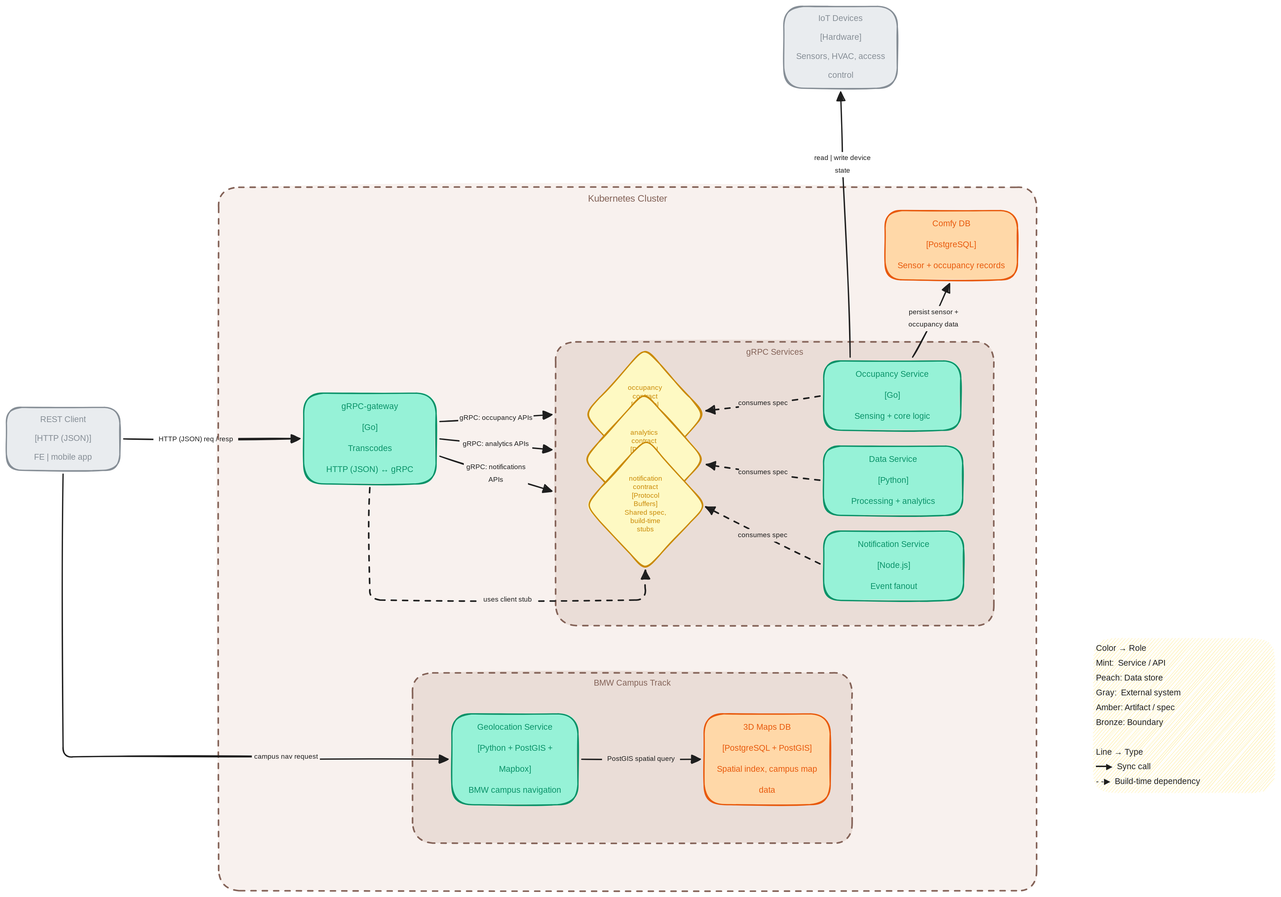
Before: public/diagrams/comfy-grpc.svg, a diagram exported from Excalidraw (cmin764/portfolio). Source tidied: one line per element, renumbered; positions are measured from the earlier drawing's top-left corner, leaving out a move shared by most shapes.
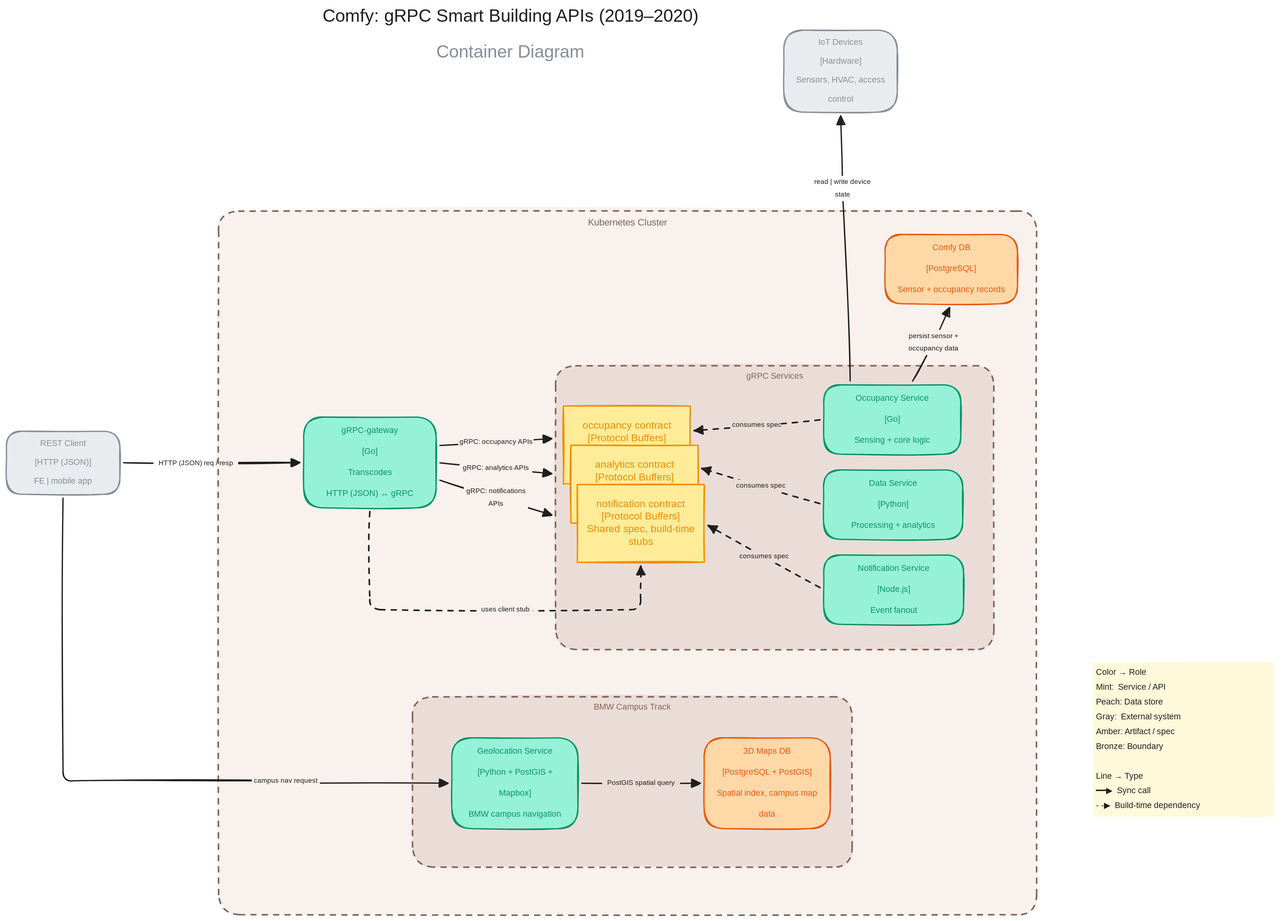
After the change.

What changed in the source:
```diff
@@ -22,7 +22,7 @@
 {"id": 21, "type": "text", "text": "Geolocation Service\n[Python + PostGIS +\nMapbox]\nBMW campus navigation", "strokeColor": "#099268", "strokeWidth": 2, "roughness": 1, "fontSize": 13, "fontFamily": 1, "textAlign": "center", "verticalAlign": "middle", "inside": 20, "x": 732, "y": 1128, "width": 149, "height": 133}
 {"id": 22, "type": "rectangle", "strokeColor": "#e8590c", "backgroundColor": "#ffd8a8", "fillStyle": "solid", "strokeWidth": 2, "roughness": 1, "fontFamily": 1, "round": true, "x": 1106, "y": 1122, "width": 200, "height": 144}
 {"id": 23, "type": "text", "text": "3D Maps DB\n[PostgreSQL + PostGIS]\nSpatial index, campus map\ndata", "strokeColor": "#e8590c", "strokeWidth": 2, "roughness": 1, "fontSize": 13, "fontFamily": 1, "textAlign": "center", "verticalAlign": "middle", "inside": 22, "x": 1123, "y": 1128, "width": 166, "height": 133}
-{"id": 24, "type": "rectangle", "strokeColor": "transparent", "backgroundColor": "#ffec99", "fillStyle": "hachure", "strokeWidth": 1, "roughness": 1, "fontFamily": 1, "round": true, "x": 1723, "y": 1002, "width": 288, "height": 245}
+{"id": 24, "type": "rectangle", "strokeColor": "transparent", "backgroundColor": "#fff9db", "fillStyle": "solid", "strokeWidth": 1, "roughness": 1, "fontFamily": 1, "x": 1723, "y": 1002, "width": 288, "height": 245}
 {"id": 25, "type": "text", "text": "Color → Role\nMint:  Service / API\nPeach: Data store\nGray:  External system\nAmber: Artifact / spec\nBronze: Boundary\n\nLine → Type\n━━▶  Sync call\n- -▶  Build-time dependency", "strokeColor": "#1e1e1e", "strokeWidth": 2, "roughness": 1, "fontSize": 13, "fontFamily": 1, "verticalAlign": "middle", "inside": 24, "x": 1728, "y": 1007, "width": 177, "height": 235}
 {"id": 26, "type": "arrow", "strokeColor": "#1e1e1e", "strokeWidth": 2, "roughness": 1, "fontFamily": 1, "endArrowhead": "triangle", "from": 4, "to": 8, "x": 186, "y": 686, "width": 280, "height": 1, "points": [[0, 0], [114, 1], [280, 0]]}
 {"id": 27, "type": "text", "text": "HTTP (JSON) req / resp", "strokeColor": "#1e1e1e", "strokeWidth": 2, "roughness": 1, "fontSize": 11, "fontFamily": 1, "textAlign": "center", "verticalAlign": "middle", "inside": 26, "x": 233, "y": 677, "width": 134, "height": 20}
@@ -38,19 +38,21 @@
 {"id": 37, "type": "text", "text": "campus nav request", "strokeColor": "#1e1e1e", "strokeWidth": 2, "roughness": 1, "fontSize": 11, "fontFamily": 1, "textAlign": "center", "verticalAlign": "middle", "inside": 36, "x": 434, "y": 852, "width": 108, "height": 20}
 {"id": 38, "type": "arrow", "strokeColor": "#1e1e1e", "strokeWidth": 2, "roughness": 1, "fontFamily": 1, "endArrowhead": "triangle", "from": 20, "to": 22, "x": 912, "y": 1194, "width": 188, "height": 0, "points": [[0, 0], [188, 0]]}
 {"id": 39, "type": "text", "text": "PostGIS spatial query", "strokeColor": "#1e1e1e", "strokeWidth": 2, "roughness": 1, "fontSize": 11, "fontFamily": 1, "textAlign": "center", "verticalAlign": "middle", "inside": 38, "x": 1036, "y": 1032, "width": 124, "height": 20}
-{"id": 40, "type": "arrow", "strokeColor": "#1e1e1e", "strokeWidth": 2, "strokeStyle": "dashed", "roughness": 1, "fontFamily": 1, "endArrowhead": "triangle", "from": 12, "x": 1290, "y": 618, "width": 181, "height": 23, "points": [[0, 0], [-181, 23]]}
+{"id": 40, "type": "arrow", "strokeColor": "#1e1e1e", "strokeWidth": 2, "strokeStyle": "dashed", "roughness": 1, "fontFamily": 1, "endArrowhead": "triangle", "from": 12, "to": 56, "x": 1290, "y": 618, "width": 200, "height": 17, "points": [[0, 0], [-200, 17]]}
 {"id": 41, "type": "text", "text": "consumes spec", "strokeColor": "#1e1e1e", "strokeWidth": 2, "roughness": 1, "fontSize": 11, "fontFamily": 1, "textAlign": "center", "verticalAlign": "middle", "inside": 40, "x": 1266, "y": 577, "width": 76, "height": 20}
-{"id": 42, "type": "arrow", "strokeColor": "#1e1e1e", "strokeWidth": 2, "strokeStyle": "dashed", "roughness": 1, "fontFamily": 1, "endArrowhead": "triangle", "from": 14, "x": 1290, "y": 752, "width": 180, "height": 25, "points": [[0, 0], [-180, -25]]}
+{"id": 42, "type": "arrow", "strokeColor": "#1e1e1e", "strokeWidth": 2, "strokeStyle": "dashed", "roughness": 1, "fontFamily": 1, "endArrowhead": "triangle", "from": 14, "to": 57, "x": 1290, "y": 751, "width": 187, "height": 56, "points": [[0, 0], [-187, -56]]}
 {"id": 43, "type": "text", "text": "consumes spec", "strokeColor": "#1e1e1e", "strokeWidth": 2, "roughness": 1, "fontSize": 11, "fontFamily": 1, "textAlign": "center", "verticalAlign": "middle", "inside": 42, "x": 1266, "y": 682, "width": 76, "height": 20}
 {"id": 44, "type": "text", "text": "consumes spec", "strokeColor": "#1e1e1e", "strokeWidth": 2, "roughness": 1, "fontSize": 11, "fontFamily": 1, "textAlign": "center", "verticalAlign": "middle", "inside": 47, "x": 1161, "y": 829, "width": 76, "height": 20}
 {"id": 45, "type": "arrow", "strokeColor": "#1e1e1e", "strokeWidth": 2, "roughness": 1, "fontFamily": 1, "endArrowhead": "triangle", "from": 8, "to": 2, "x": 688, "y": 714, "width": 178, "height": 55, "points": [[0, 0], [178, 55]]}
 {"id": 46, "type": "text", "text": "gRPC: notifications\nAPIs", "strokeColor": "#1e1e1e", "strokeWidth": 2, "roughness": 1, "fontSize": 11, "fontFamily": 1, "textAlign": "center", "verticalAlign": "middle", "inside": 45, "x": 726, "y": 702, "width": 102, "height": 40}
-{"id": 47, "type": "arrow", "strokeColor": "#1e1e1e", "strokeWidth": 2, "strokeStyle": "dashed", "roughness": 1, "fontFamily": 1, "endArrowhead": "triangle", "from": 16, "to": 54, "x": 1290, "y": 884, "width": 181, "height": 90, "points": [[0, 0], [-181, -90]]}
+{"id": 47, "type": "arrow", "strokeColor": "#1e1e1e", "strokeWidth": 2, "strokeStyle": "dashed", "roughness": 1, "fontFamily": 1, "endArrowhead": "triangle", "from": 16, "to": 58, "x": 1290, "y": 884, "width": 177, "height": 99, "points": [[0, 0], [-177, -99]]}
-{"id": 48, "type": "arrow", "strokeColor": "#1e1e1e", "strokeWidth": 2, "strokeStyle": "dashed", "roughness": 1, "fontFamily": 1, "endArrowhead": "triangle", "from": 8, "to": 54, "x": 576, "y": 764, "width": 437, "height": 178, "points": [[0, 0], [0, 178], [437, 178], [437, 131]]}
+{"id": 48, "type": "arrow", "strokeColor": "#1e1e1e", "strokeWidth": 2, "strokeStyle": "dashed", "roughness": 1, "fontFamily": 1, "endArrowhead": "triangle", "from": 8, "to": 58, "x": 576, "y": 764, "width": 430, "height": 156, "points": [[0, 0], [0, 156], [430, 156], [430, 86]]}
 {"id": 49, "type": "text", "text": "uses client stub", "strokeColor": "#1e1e1e", "strokeWidth": 2, "roughness": 1, "fontSize": 11, "fontFamily": 1, "textAlign": "center", "verticalAlign": "middle", "inside": 48, "x": 751, "y": 932, "width": 87, "height": 20}
-{"id": 50, "type": "diamond", "strokeColor": "#ca8a04", "backgroundColor": "#fef9c3", "fillStyle": "solid", "strokeWidth": 2, "roughness": 1, "round": true, "x": 917, "y": 541, "width": 192, "height": 210}
+{"id": 56, "type": "rectangle", "strokeColor": "#f08c00", "backgroundColor": "#ffec99", "fillStyle": "solid", "strokeWidth": 2, "roughness": 1, "x": 883, "y": 596, "width": 201, "height": 123}
-{"id": 51, "type": "text", "text": "occupancy\ncontract\n[Protocol\nBuffers]\nShared spec,\nbuild-time\nstubs", "strokeColor": "#ca8a04", "backgroundColor": "#f8f1ee", "fillStyle": "solid", "strokeWidth": 2, "roughness": 1, "fontSize": 10.75, "fontFamily": 8, "textAlign": "center", "verticalAlign": "middle", "inside": 50, "x": 977, "y": 599, "width": 71, "height": 94}
+{"id": 51, "type": "text", "text": "occupancy contract\n[Protocol Buffers]\nShared spec, build-time\nstubs", "strokeColor": "#f08c00", "backgroundColor": "#ffec99", "fillStyle": "solid", "strokeWidth": 2, "roughness": 1, "fontSize": 16, "fontFamily": 5, "textAlign": "center", "verticalAlign": "middle", "inside": 56, "x": 895, "y": 618, "width": 177, "height": 80}
-{"id": 52, "type": "diamond", "strokeColor": "#ca8a04", "backgroundColor": "#fef9c3", "fillStyle": "solid", "strokeWidth": 2, "roughness": 1, "round": true, "x": 915, "y": 612, "width": 192, "height": 210}
+{"id": 57, "type": "rectangle", "strokeColor": "#f08c00", "backgroundColor": "#ffec99", "fillStyle": "solid", "strokeWidth": 2, "roughness": 1, "x": 895, "y": 658, "width": 201, "height": 123}
-{"id": 53, "type": "text", "text": "analytics\ncontract\n[Protocol\nBuffers]\nShared spec,\nbuild-time\nstubs", "strokeColor": "#ca8a04", "backgroundColor": "#f8f1ee", "fillStyle": "solid", "strokeWidth": 2, "roughness": 1, "fontSize": 10.75, "fontFamily": 8, "textAlign": "center", "verticalAlign": "middle", "inside": 52, "x": 976, "y": 670, "width": 71, "height": 94}
+{"id": 53, "type": "text", "text": "analytics contract\n[Protocol Buffers]\nShared spec, build-time\nstubs", "strokeColor": "#f08c00", "backgroundColor": "#ffec99", "fillStyle": "solid", "strokeWidth": 2, "roughness": 1, "fontSize": 16, "fontFamily": 5, "textAlign": "center", "verticalAlign": "middle", "inside": 57, "x": 907, "y": 680, "width": 177, "height": 80}
-{"id": 54, "type": "diamond", "strokeColor": "#ca8a04", "backgroundColor": "#fef9c3", "fillStyle": "solid", "strokeWidth": 2, "roughness": 1, "round": true, "x": 918, "y": 685, "width": 192, "height": 210}
+{"id": 58, "type": "rectangle", "strokeColor": "#f08c00", "backgroundColor": "#ffec99", "fillStyle": "solid", "strokeWidth": 2, "roughness": 1, "x": 905, "y": 721, "width": 201, "height": 123}
-{"id": 55, "type": "text", "text": "notification\ncontract\n[Protocol\nBuffers]\nShared spec,\nbuild-time\nstubs", "strokeColor": "#ca8a04", "backgroundColor": "#f8f1ee", "fillStyle": "solid", "strokeWidth": 2, "roughness": 1, "fontSize": 10.75, "fontFamily": 8, "textAlign": "center", "verticalAlign": "middle", "inside": 54, "x": 978, "y": 743, "width": 71, "height": 94}
+{"id": 55, "type": "text", "text": "notification contract\n[Protocol Buffers]\nShared spec, build-time\nstubs", "strokeColor": "#f08c00", "backgroundColor": "#ffec99", "fillStyle": "solid", "strokeWidth": 2, "roughness": 1, "fontSize": 16, "fontFamily": 5, "textAlign": "center", "verticalAlign": "middle", "inside": 58, "x": 918, "y": 742, "width": 177, "height": 80}
+{"id": 59, "type": "text", "text": "Comfy: gRPC Smart Building APIs (2019–2020)", "strokeColor": "#1e1e1e", "backgroundColor": "#fff9db", "fillStyle": "solid", "strokeWidth": 2, "roughness": 1, "fontSize": 28, "fontFamily": 5, "textAlign": "center", "x": 471, "y": -38, "width": 657, "height": 35}
+{"id": 60, "type": "text", "text": "Container Diagram", "strokeColor": "#868e96", "backgroundColor": "#fff9db", "fillStyle": "solid", "strokeWidth": 2, "roughness": 1, "fontSize": 28, "fontFamily": 5, "textAlign": "center", "x": 677, "y": 19, "width": 246, "height": 35}
```
